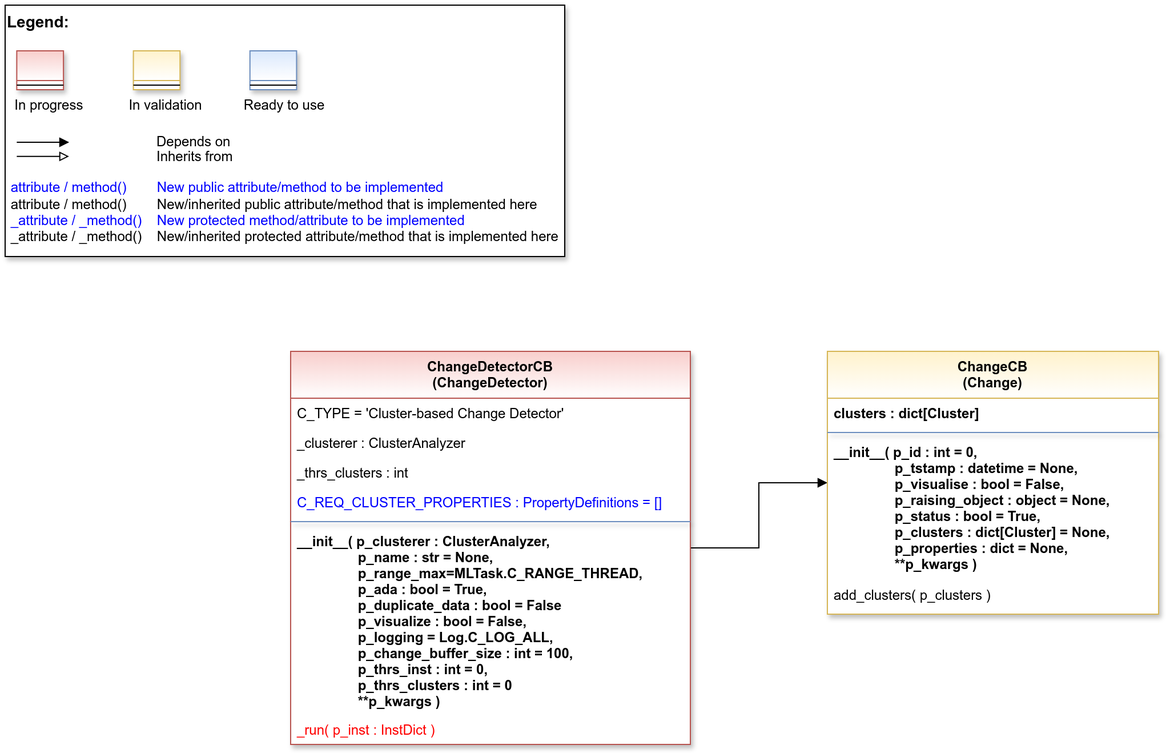
Above: doc/rtd/content/99_appendices/appendix2/sub/mlpro_oa/streams/30_change_detection/00_cluster_based/images/MLPro-OA-Change-Detectors-CB_class_diagram.drawio.png in fhswf/MLPro (draw.io), before the change. Source tidied: cells renumbered, new cells last; positions are measured from the earlier drawing's top-left corner, leaving out a move shared by most shapes.
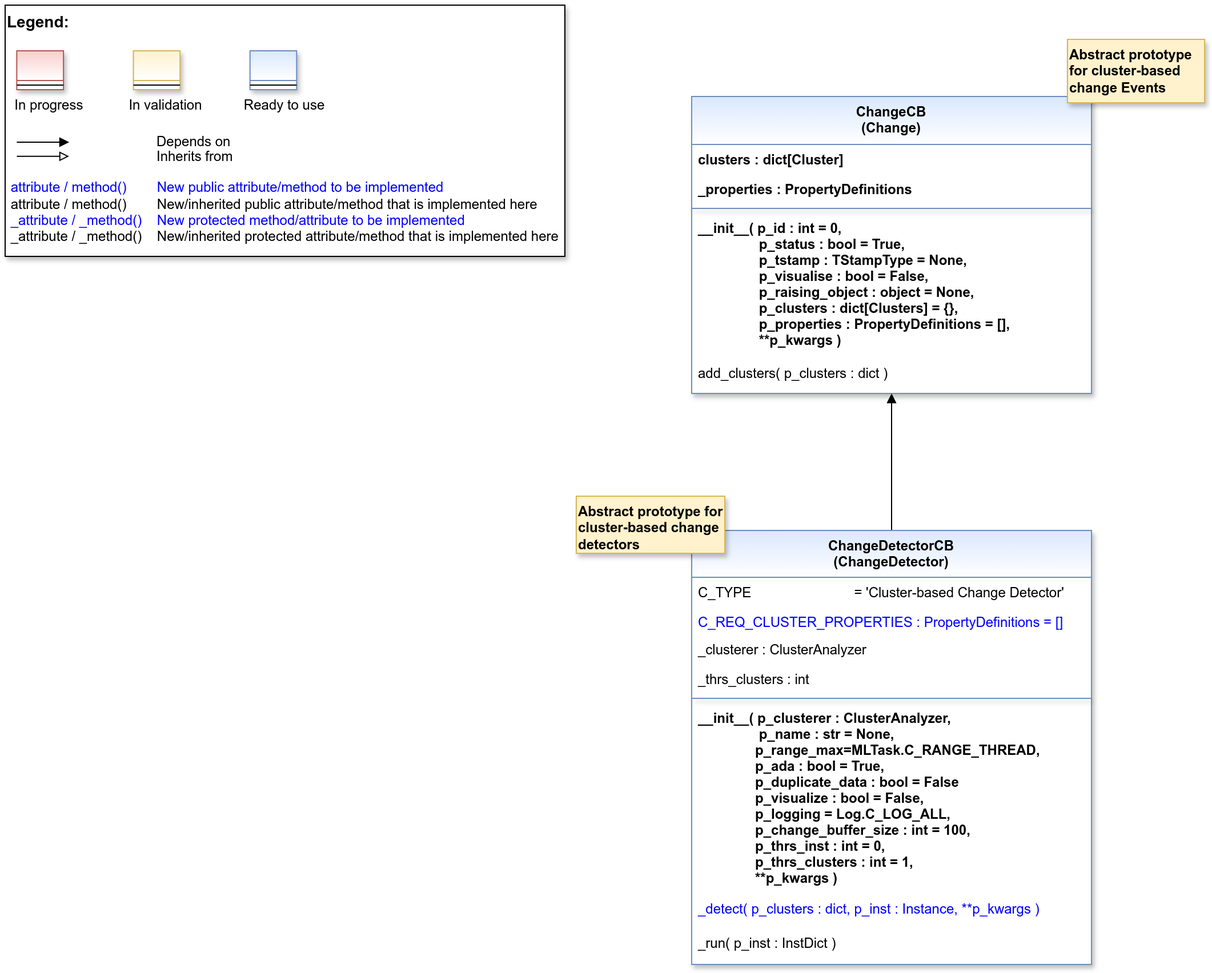
After the commit.

Commit message:
OA: Introduction of cluster-based Change Detection #1202

Diff of the diagram source:
```diff
@@ -43,47 +43,59 @@
     <mxCell id="11" style="line;html=1;strokeWidth=1;align=left;verticalAlign=middle;spacingTop=-1;spacingLeft=3;spacingRight=3;labelPosition=right;" parent="10" vertex="1">
       <mxGeometry y="26" width="40.8" height="8" as="geometry" />
     </mxCell>
-    <mxCell id="12" style="edgeStyle=orthogonalEdgeStyle;rounded=0;jettySize=auto;html=1;endArrow=block;endFill=1;" parent="1" edge="1" source="13" target="21">
+    <mxCell id="12" style="edgeStyle=orthogonalEdgeStyle;rounded=0;jettySize=auto;html=1;endArrow=block;endFill=1;" parent="1" edge="1" source="13" target="22">
       <mxGeometry relative="1" as="geometry" />
     </mxCell>
-    <mxCell id="13" value="ChangeDetectorCB&#10;(ChangeDetector)" style="swimlane;align=center;verticalAlign=top;horizontal=1;startSize=41;rounded=0;shadow=1;strokeWidth=1;fillColor=#f8cecc;strokeColor=#b85450;swimlaneFillColor=#ffffff;gradientColor=#FFFFFF;" parent="1" vertex="1">
-      <mxGeometry x="250" y="303" width="350" height="344" as="geometry" />
+    <mxCell id="13" value="ChangeDetectorCB&#10;(ChangeDetector)" style="swimlane;align=center;verticalAlign=top;horizontal=1;startSize=41;rounded=0;shadow=1;strokeWidth=1;fillColor=#dae8fc;strokeColor=#6c8ebf;swimlaneFillColor=#ffffff;gradientColor=#FFFFFF;" parent="1" vertex="1">
+      <mxGeometry x="601" y="460" width="350" height="380" as="geometry" />
     </mxCell>
-    <mxCell id="14" value="C_TYPE = 'Cluster-based Change Detector'" style="text;align=left;verticalAlign=top;spacingLeft=4;spacingRight=4;overflow=hidden;fontStyle=0;fontColor=default;" parent="13" vertex="1">
+    <mxCell id="14" value="C_TYPE                           = 'Cluster-based Change Detector'" style="text;align=left;verticalAlign=top;spacingLeft=4;spacingRight=4;overflow=hidden;fontStyle=0;fontColor=default;" parent="13" vertex="1">
       <mxGeometry y="41" width="350" height="26" as="geometry" />
     </mxCell>
-    <mxCell id="15" value="_clusterer : ClusterAnalyzer" style="text;align=left;verticalAlign=top;spacingLeft=4;spacingRight=4;overflow=hidden;fontStyle=0;fontColor=default;" parent="13" vertex="1">
-      <mxGeometry y="67" width="350" height="26" as="geometry" />
+    <mxCell id="15" value="C_REQ_CLUSTER_PROPERTIES : PropertyDefinitions = []" style="text;align=left;verticalAlign=top;spacingLeft=4;spacingRight=4;overflow=hidden;html=1;fontColor=#0000FF;" parent="13" vertex="1">
+      <mxGeometry y="67" width="350" height="24" as="geometry" />
     </mxCell>
-    <mxCell id="16" value="_thrs_clusters : int" style="text;align=left;verticalAlign=top;spacingLeft=4;spacingRight=4;overflow=hidden;fontStyle=0;fontColor=default;" parent="13" vertex="1">
-      <mxGeometry y="93" width="350" height="26" as="geometry" />
+    <mxCell id="16" value="_clusterer : ClusterAnalyzer" style="text;align=left;verticalAlign=top;spacingLeft=4;spacingRight=4;overflow=hidden;fontStyle=0;fontColor=default;" parent="13" vertex="1">
+      <mxGeometry y="91" width="350" height="26" as="geometry" />
     </mxCell>
-    <mxCell id="17" value="C_REQ_CLUSTER_PROPERTIES : PropertyDefinitions = []" style="text;align=left;verticalAlign=top;spacingLeft=4;spacingRight=4;overflow=hidden;fontStyle=0;fontColor=#0000FF;" parent="13" vertex="1">
-      <mxGeometry y="119" width="350" height="26" as="geometry" />
+    <mxCell id="17" value="_thrs_clusters : int" style="text;align=left;verticalAlign=top;spacingLeft=4;spacingRight=4;overflow=hidden;fontStyle=0;fontColor=default;" parent="13" vertex="1">
+      <mxGeometry y="117" width="350" height="26" as="geometry" />
     </mxCell>
     <mxCell id="18" style="line;html=1;strokeWidth=1;align=center;verticalAlign=top;spacingTop=-1;spacingLeft=3;spacingRight=3;labelPosition=right;rounded=0;shadow=1;strokeColor=#6c8ebf;swimlaneFillColor=#ffffff;fontFamily=Helvetica;fontSize=12;fontColor=default;fontStyle=3;fillColor=#dae8fc;gradientColor=#ffffff;" parent="13" vertex="1">
-      <mxGeometry y="145" width="350" height="8" as="geometry" />
+      <mxGeometry y="143" width="350" height="8" as="geometry" />
     </mxCell>
-    <mxCell id="19" value="__init__( p_clusterer : ClusterAnalyzer,&#10;                p_name : str = None,&#10;                p_range_max=MLTask.C_RANGE_THREAD,&#10;                p_ada : bool = True,&#10;                p_duplicate_data : bool = False&#10;                p_visualize : bool = False,&#10;                p_logging = Log.C_LOG_ALL,&#10;                p_change_buffer_size : int = 100,&#10;                p_thrs_inst : int = 0,&#10;                p_thrs_clusters : int = 0&#10;                **p_kwargs )" style="text;align=left;verticalAlign=top;spacingLeft=4;spacingRight=4;overflow=hidden;fontStyle=1;" parent="13" vertex="1">
-      <mxGeometry y="153" width="350" height="165" as="geometry" />
+    <mxCell id="19" value="__init__( p_clusterer : ClusterAnalyzer,&#10;                p_name : str = None,&#10;               p_range_max=MLTask.C_RANGE_THREAD,&#10;               p_ada : bool = True,&#10;               p_duplicate_data : bool = False&#10;               p_visualize : bool = False,&#10;               p_logging = Log.C_LOG_ALL,&#10;               p_change_buffer_size : int = 100,&#10;               p_thrs_inst : int = 0,&#10;               p_thrs_clusters : int = 1,&#10;               **p_kwargs )" style="text;align=left;verticalAlign=top;spacingLeft=4;spacingRight=4;overflow=hidden;fontStyle=1;" parent="13" vertex="1">
+      <mxGeometry y="151" width="350" height="167" as="geometry" />
     </mxCell>
-    <mxCell id="20" value="_run( p_inst : InstDict )" style="text;align=left;verticalAlign=top;spacingLeft=4;spacingRight=4;overflow=hidden;fontStyle=0;fontColor=#FF0000;" parent="13" vertex="1">
-      <mxGeometry y="318" width="350" height="26" as="geometry" />
+    <mxCell id="20" value="_detect( p_clusters : dict, p_inst : Instance, **p_kwargs )" style="text;align=left;verticalAlign=top;spacingLeft=4;spacingRight=4;overflow=hidden;shadow=1;fontColor=#0000FF;" parent="13" vertex="1">
+      <mxGeometry y="318" width="350" height="30" as="geometry" />
     </mxCell>
-    <mxCell id="21" value="ChangeCB&#10;(Change)" style="swimlane;fontStyle=1;align=center;verticalAlign=top;horizontal=1;startSize=41;rounded=0;shadow=1;strokeWidth=1;fillColor=#fff2cc;strokeColor=#d6b656;swimlaneFillColor=#ffffff;fontFamily=Helvetica;fontSize=12;gradientColor=#FFFFFF;" parent="1" vertex="1">
-      <mxGeometry x="720" y="303" width="290" height="230" as="geometry" />
+    <mxCell id="21" value="_run( p_inst : InstDict )" style="text;align=left;verticalAlign=top;spacingLeft=4;spacingRight=4;overflow=hidden;points=[[0,0.5],[1,0.5]];portConstraint=eastwest;shadow=1;fontColor=default;" parent="13" vertex="1">
+      <mxGeometry y="348" width="350" height="30" as="geometry" />
     </mxCell>
-    <mxCell id="22" value="clusters : dict[Cluster]" style="text;align=left;verticalAlign=top;spacingLeft=4;spacingRight=4;overflow=hidden;points=[[0,0.5],[1,0.5]];portConstraint=eastwest;fontStyle=1;" parent="21" vertex="1">
-      <mxGeometry y="41" width="290" height="26" as="geometry" />
+    <mxCell id="22" value="ChangeCB&#10;(Change)" style="swimlane;fontStyle=1;align=center;verticalAlign=top;horizontal=1;startSize=42;rounded=0;shadow=1;strokeWidth=1;fillColor=#dae8fc;strokeColor=#6c8ebf;swimlaneFillColor=#ffffff;fontFamily=Helvetica;fontSize=12;gradientColor=#FFFFFF;" parent="1" vertex="1">
+      <mxGeometry x="601" y="80" width="350" height="260" as="geometry" />
     </mxCell>
-    <mxCell id="23" style="line;html=1;strokeWidth=1;align=center;verticalAlign=top;spacingTop=-1;spacingLeft=3;spacingRight=3;labelPosition=right;rounded=0;shadow=1;strokeColor=#6c8ebf;swimlaneFillColor=#ffffff;fontFamily=Helvetica;fontSize=12;fontColor=default;fontStyle=1;fillColor=#dae8fc;gradientColor=#ffffff;" parent="21" vertex="1">
-      <mxGeometry y="67" width="290" height="8" as="geometry" />
+    <mxCell id="23" value="clusters : dict[Cluster]" style="text;align=left;verticalAlign=top;spacingLeft=4;spacingRight=4;overflow=hidden;fontStyle=1;" parent="22" vertex="1">
+      <mxGeometry y="42" width="350" height="26" as="geometry" />
     </mxCell>
-    <mxCell id="24" value="__init__( p_id : int = 0,&#10;                p_tstamp : datetime = None,&#10;                p_visualise : bool = False,&#10;                p_raising_object : object = None,&#10;                p_status : bool = True,&#10;                p_clusters : dict[Cluster] = None,&#10;                p_properties : dict = None,&#10;                **p_kwargs )" style="text;align=left;verticalAlign=top;spacingLeft=4;spacingRight=4;overflow=hidden;fontStyle=1;" parent="21" vertex="1">
-      <mxGeometry y="75" width="290" height="125" as="geometry" />
+    <mxCell id="24" value="_properties : PropertyDefinitions" style="text;align=left;verticalAlign=top;spacingLeft=4;spacingRight=4;overflow=hidden;fontStyle=1;" parent="22" vertex="1">
+      <mxGeometry y="68" width="350" height="26" as="geometry" />
     </mxCell>
-    <mxCell id="25" value="add_clusters( p_clusters )" style="text;align=left;verticalAlign=top;spacingLeft=4;spacingRight=4;overflow=hidden;fontStyle=0;" parent="21" vertex="1">
-      <mxGeometry y="200" width="290" height="26" as="geometry" />
+    <mxCell id="25" style="line;html=1;strokeWidth=1;align=center;verticalAlign=top;spacingTop=-1;spacingLeft=3;spacingRight=3;labelPosition=right;rounded=0;shadow=1;strokeColor=#6c8ebf;swimlaneFillColor=#ffffff;fontFamily=Helvetica;fontSize=12;fontColor=default;fontStyle=1;fillColor=#dae8fc;gradientColor=#ffffff;" parent="22" vertex="1">
+      <mxGeometry y="94" width="350" height="8" as="geometry" />
     </mxCell>
+    <mxCell id="26" value="__init__( p_id : int = 0,&#10;                p_status : bool = True,&#10;                p_tstamp : TStampType = None,&#10;                p_visualise : bool = False,&#10;                p_raising_object : object = None,&#10;                p_clusters : dict[Clusters] = {},&#10;                p_properties : PropertyDefinitions = [],&#10;                **p_kwargs )" style="text;align=left;verticalAlign=top;spacingLeft=4;spacingRight=4;overflow=hidden;fontStyle=1;" parent="22" vertex="1">
+      <mxGeometry y="102" width="350" height="127" as="geometry" />
+    </mxCell>
+    <mxCell id="27" value="add_clusters( p_clusters : dict )" style="text;align=left;verticalAlign=top;spacingLeft=4;spacingRight=4;overflow=hidden;fontStyle=0;" parent="22" vertex="1">
+      <mxGeometry y="229" width="350" height="26" as="geometry" />
+    </mxCell>
+    <mxCell id="28" value="Abstract prototype for cluster-based change detectors" style="rounded=0;whiteSpace=wrap;html=1;fillColor=#fff2cc;strokeColor=#d6b656;shadow=1;align=left;fontStyle=1;verticalAlign=top;" parent="1" vertex="1">
+      <mxGeometry x="500" y="430" width="130" height="50" as="geometry" />
+    </mxCell>
+    <mxCell id="29" value="Abstract prototype for cluster-based change Events" style="rounded=0;whiteSpace=wrap;html=1;fillColor=#fff2cc;strokeColor=#d6b656;shadow=1;align=left;fontStyle=1;verticalAlign=top;" parent="1" vertex="1">
+      <mxGeometry x="930" y="30" width="120" height="55.5" as="geometry" />
+    </mxCell>
   </root>
 </mxGraphModel>
```
